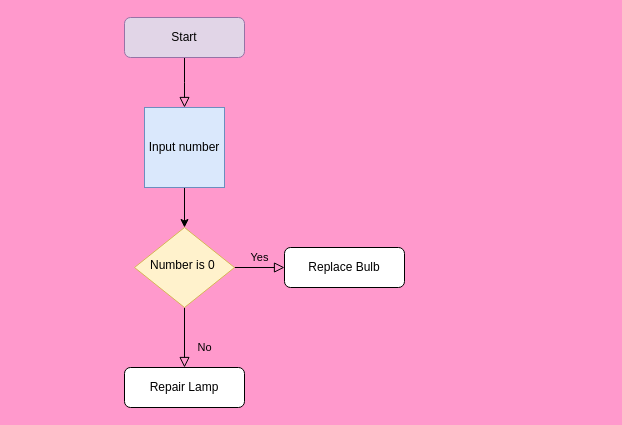
Earlier version of the draw.io diagram Untitled Diagram.drawio (ejm201/jsBootcamp). Source tidied: cells renumbered, new cells numbered last; positions are measured from the earlier drawing's top-left corner, leaving out a move shared by most shapes. Both pictures are drawn from the tidied source at 100%, with x=0, y=0 at pixel (124, 17).
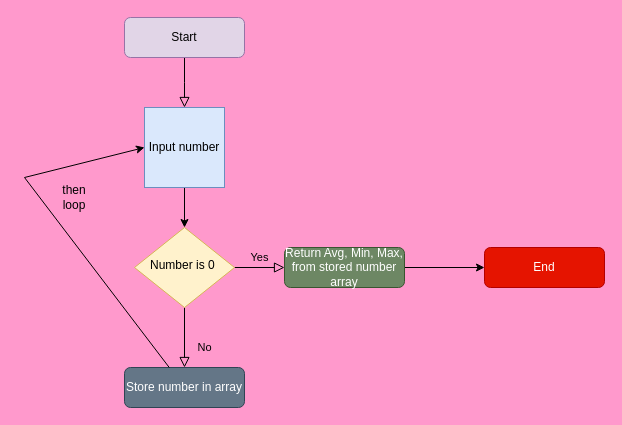
After the change.

The edit, as a diff of the source:
```diff
@@
 <mxGraphModel background="#FF99CC">
   <root>
     <mxCell id="0" />
     <mxCell id="1" parent="0" />
     <mxCell id="2" style="rounded=0;html=1;jettySize=auto;fontSize=11;endArrow=block;endFill=0;endSize=8;strokeWidth=1;shadow=0;labelBackgroundColor=none;edgeStyle=orthogonalEdgeStyle;" parent="1" edge="1" source="3">
       <mxGeometry relative="1" as="geometry">
         <mxPoint x="60" y="90" as="targetPoint" />
       </mxGeometry>
     </mxCell>
     <mxCell id="3" value="Start" style="rounded=1;whiteSpace=wrap;html=1;fontSize=12;glass=0;strokeWidth=1;shadow=0;fillColor=#e1d5e7;strokeColor=#9673a6;" parent="1" vertex="1">
       <mxGeometry width="120" height="40" as="geometry" />
     </mxCell>
     <mxCell id="4" value="No" style="rounded=0;html=1;jettySize=auto;fontSize=11;endArrow=block;endFill=0;endSize=8;strokeWidth=1;shadow=0;labelBackgroundColor=none;edgeStyle=orthogonalEdgeStyle;" parent="1" edge="1" source="6" target="7">
       <mxGeometry x="0.33" y="20" relative="1" as="geometry" />
     </mxCell>
     <mxCell id="5" value="Yes" style="edgeStyle=orthogonalEdgeStyle;rounded=0;html=1;jettySize=auto;fontSize=11;endArrow=block;endFill=0;endSize=8;strokeWidth=1;shadow=0;labelBackgroundColor=none;" parent="1" edge="1" source="6" target="8">
       <mxGeometry y="10" relative="1" as="geometry" />
     </mxCell>
     <mxCell id="6" value="Number is 0&amp;nbsp;" style="rhombus;whiteSpace=wrap;html=1;shadow=0;fontFamily=Helvetica;fontSize=12;align=center;strokeWidth=1;spacing=6;spacingTop=-4;fillColor=#fff2cc;strokeColor=#d6b656;" parent="1" vertex="1">
       <mxGeometry x="10" y="210" width="100" height="80" as="geometry" />
     </mxCell>
-    <mxCell id="7" value="Repair Lamp" style="rounded=1;whiteSpace=wrap;html=1;fontSize=12;glass=0;strokeWidth=1;shadow=0;" parent="1" vertex="1">
+    <mxCell id="7" value="Store number in array" style="rounded=1;whiteSpace=wrap;html=1;fontSize=12;glass=0;strokeWidth=1;shadow=0;fillColor=#647687;strokeColor=#314354;fontColor=#ffffff;" parent="1" vertex="1">
       <mxGeometry y="350" width="120" height="40" as="geometry" />
     </mxCell>
+    <mxCell id="11" style="edgeStyle=orthogonalEdgeStyle;rounded=0;jettySize=auto;html=1;" parent="1" edge="1" source="8" target="12">
+      <mxGeometry relative="1" as="geometry" />
+    </mxCell>
-    <mxCell id="8" value="Replace Bulb" style="rounded=1;whiteSpace=wrap;html=1;fontSize=12;glass=0;strokeWidth=1;shadow=0;" parent="1" vertex="1">
+    <mxCell id="8" value="Return Avg, Min, Max, from stored number array" style="rounded=1;whiteSpace=wrap;html=1;fontSize=12;glass=0;strokeWidth=1;shadow=0;fillColor=#6d8764;strokeColor=#3A5431;fontColor=#ffffff;" parent="1" vertex="1">
       <mxGeometry x="160" y="230" width="120" height="40" as="geometry" />
     </mxCell>
     <mxCell id="9" style="edgeStyle=orthogonalEdgeStyle;rounded=0;jettySize=auto;html=1;" parent="1" edge="1" source="10" target="6">
       <mxGeometry relative="1" as="geometry" />
     </mxCell>
     <mxCell id="10" value="Input number" style="whiteSpace=wrap;html=1;fillColor=#dae8fc;strokeColor=#6c8ebf;" parent="1" vertex="1">
       <mxGeometry x="20" y="90" width="80" height="80" as="geometry" />
     </mxCell>
+    <mxCell id="12" value="End" style="rounded=1;whiteSpace=wrap;html=1;fontSize=12;glass=0;strokeWidth=1;shadow=0;fillColor=#e51400;strokeColor=#B20000;fontColor=#ffffff;" parent="1" vertex="1">
+      <mxGeometry x="360" y="230" width="120" height="40" as="geometry" />
+    </mxCell>
+    <mxCell id="13" style="endArrow=none;html=1;fontFamily=Helvetica;fontSize=11;fontColor=#000000;align=center;strokeColor=#000000;" parent="1" edge="1" source="7">
+      <mxGeometry relative="1" as="geometry">
+        <mxPoint x="-100" y="160" as="targetPoint" />
+      </mxGeometry>
+    </mxCell>
+    <mxCell id="14" style="endArrow=classic;html=1;entryX=0;entryY=0.5;entryDx=0;entryDy=0;" parent="1" edge="1" target="10">
+      <mxGeometry relative="1" as="geometry">
+        <mxPoint x="-100" y="160" as="sourcePoint" />
+      </mxGeometry>
+    </mxCell>
+    <mxCell id="15" value="then loop" style="text;html=1;strokeColor=none;fillColor=none;align=center;verticalAlign=middle;whiteSpace=wrap;rounded=0;" parent="1" vertex="1">
+      <mxGeometry x="-70" y="170" width="40" height="20" as="geometry" />
+    </mxCell>
   </root>
 </mxGraphModel>
```
